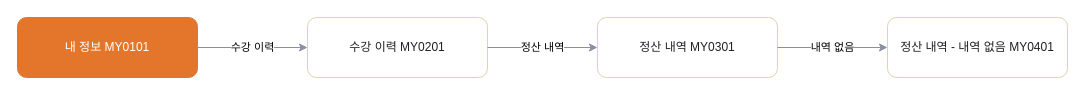
This is page "MY 마이페이지" (8 of 9) of 판매용_템플릿/_판매팩/LMS_플러스/05_FLOW_흐름도.drawio from hyunplanb-cyber/ia-generation-platform, a draw.io file, before an edit. Source tidied: cells renumbered, new cells numbered last; positions are measured from the earlier drawing's top-left corner, leaving out a move shared by most shapes. Both pictures are drawn from the tidied source at 100%, with x=0, y=0 at pixel (17, 17).
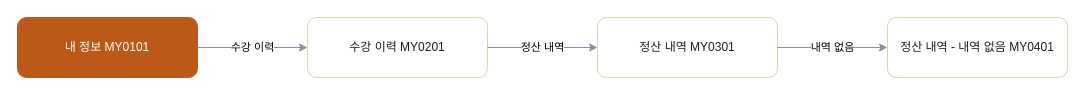
Above is the later version.

The edit, as a diff of the source:
```diff
@@
 <mxGraphModel>
   <root>
     <mxCell id="0" />
     <mxCell id="1" parent="0" />
-    <mxCell id="2" value="내 정보 MY0101" style="rounded=1;whiteSpace=wrap;html=1;fillColor=#E4762C;strokeColor=#E4762C;fontColor=#FFFFFF;" parent="1" vertex="1">
+    <mxCell id="2" value="내 정보 MY0101" style="rounded=1;whiteSpace=wrap;html=1;fillColor=#BC5918;strokeColor=#BC5918;fontColor=#FFFFFF;" parent="1" vertex="1">
       <mxGeometry width="180" height="60" as="geometry" />
     </mxCell>
     <mxCell id="3" value="수강 이력 MY0201" style="rounded=1;whiteSpace=wrap;html=1;fillColor=#FFFFFF;strokeColor=#E2D3AE;fontColor=#1F2024;" parent="1" vertex="1">
       <mxGeometry x="290" width="180" height="60" as="geometry" />
     </mxCell>
     <mxCell id="4" value="정산 내역 MY0301" style="rounded=1;whiteSpace=wrap;html=1;fillColor=#FFFFFF;strokeColor=#E2D3AE;fontColor=#1F2024;" parent="1" vertex="1">
       <mxGeometry x="580" width="180" height="60" as="geometry" />
     </mxCell>
     <mxCell id="5" value="정산 내역 - 내역 없음 MY0401" style="rounded=1;whiteSpace=wrap;html=1;fillColor=#FFFFFF;strokeColor=#E2D3AE;fontColor=#1F2024;" parent="1" vertex="1">
       <mxGeometry x="870" width="180" height="60" as="geometry" />
     </mxCell>
     <mxCell id="6" value="수강 이력" style="edgeStyle=orthogonalEdgeStyle;rounded=1;html=1;strokeColor=#8B8FA3;" parent="1" edge="1" source="2" target="3">
       <mxGeometry relative="1" as="geometry" />
     </mxCell>
     <mxCell id="7" value="정산 내역" style="edgeStyle=orthogonalEdgeStyle;rounded=1;html=1;strokeColor=#8B8FA3;" parent="1" edge="1" source="3" target="4">
       <mxGeometry relative="1" as="geometry" />
     </mxCell>
     <mxCell id="8" value="내역 없음" style="edgeStyle=orthogonalEdgeStyle;rounded=1;html=1;strokeColor=#8B8FA3;" parent="1" edge="1" source="4" target="5">
       <mxGeometry relative="1" as="geometry" />
     </mxCell>
   </root>
 </mxGraphModel>
```
